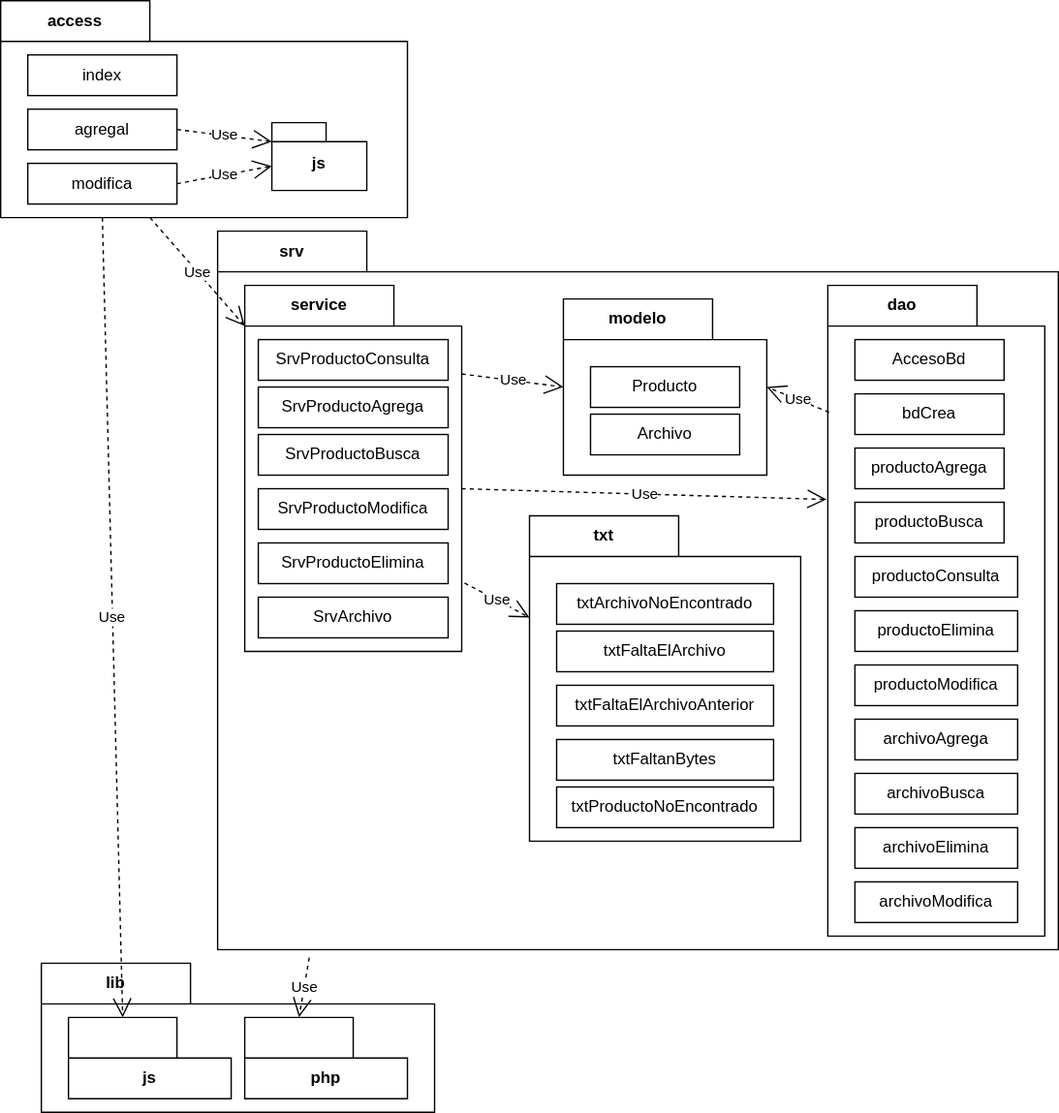
Earlier version of the draw.io export img/m20archivos/archivospaquetes.drawio.svg (gilpgawoas/gilpgawoas.github.io). Source tidied: cells renumbered, new cells last; positions are measured from the earlier drawing's top-left corner, leaving out a move shared by most shapes.
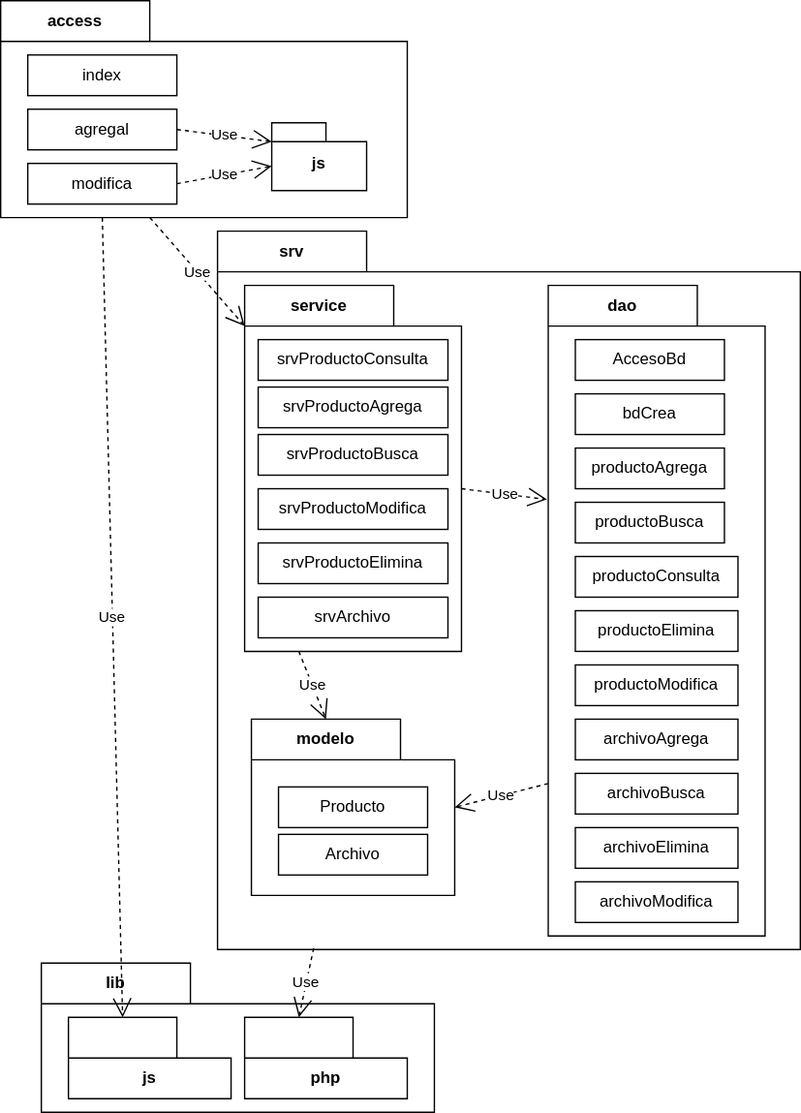
After the commit.

Diff of the diagram source:
```diff
@@ -39,71 +39,43 @@
       <mxGeometry relative="1" as="geometry" />
     </mxCell>
     <mxCell id="12" value="srv" style="shape=folder;fontStyle=1;tabWidth=110;tabHeight=30;tabPosition=left;html=1;boundedLbl=1;labelInHeader=1;whiteSpace=wrap;" parent="1" vertex="1">
-      <mxGeometry x="160" y="170" width="620" height="530" as="geometry" />
+      <mxGeometry x="160" y="170" width="430" height="530" as="geometry" />
     </mxCell>
     <mxCell id="13" value="service" style="shape=folder;fontStyle=1;tabWidth=110;tabHeight=30;tabPosition=left;html=1;boundedLbl=1;labelInHeader=1;whiteSpace=wrap;" parent="12" vertex="1">
       <mxGeometry x="20" y="40" width="160" height="270" as="geometry" />
     </mxCell>
-    <mxCell id="14" value="SrvProductoConsulta" style="html=1;whiteSpace=wrap;" parent="13" vertex="1">
+    <mxCell id="14" value="srvProductoConsulta" style="html=1;whiteSpace=wrap;" parent="13" vertex="1">
       <mxGeometry width="140" height="30" relative="1" as="geometry">
         <mxPoint x="10" y="40" as="offset" />
       </mxGeometry>
     </mxCell>
-    <mxCell id="15" value="SrvProductoAgrega" style="html=1;whiteSpace=wrap;" parent="13" vertex="1">
+    <mxCell id="15" value="srvProductoAgrega" style="html=1;whiteSpace=wrap;" parent="13" vertex="1">
       <mxGeometry width="140" height="30" relative="1" as="geometry">
         <mxPoint x="10" y="75" as="offset" />
       </mxGeometry>
     </mxCell>
-    <mxCell id="16" value="SrvProductoBusca" style="html=1;whiteSpace=wrap;" parent="13" vertex="1">
+    <mxCell id="16" value="srvProductoBusca" style="html=1;whiteSpace=wrap;" parent="13" vertex="1">
       <mxGeometry width="140" height="30" relative="1" as="geometry">
         <mxPoint x="10" y="110" as="offset" />
       </mxGeometry>
     </mxCell>
-    <mxCell id="17" value="SrvProductoModifica" style="html=1;whiteSpace=wrap;" parent="13" vertex="1">
+    <mxCell id="17" value="srvProductoModifica" style="html=1;whiteSpace=wrap;" parent="13" vertex="1">
       <mxGeometry width="140" height="30" relative="1" as="geometry">
         <mxPoint x="10" y="150" as="offset" />
       </mxGeometry>
     </mxCell>
-    <mxCell id="18" value="SrvProductoElimina" style="html=1;whiteSpace=wrap;" parent="13" vertex="1">
+    <mxCell id="18" value="srvProductoElimina" style="html=1;whiteSpace=wrap;" parent="13" vertex="1">
       <mxGeometry width="140" height="30" relative="1" as="geometry">
         <mxPoint x="10" y="190" as="offset" />
       </mxGeometry>
     </mxCell>
-    <mxCell id="19" value="SrvArchivo" style="html=1;whiteSpace=wrap;" parent="13" vertex="1">
+    <mxCell id="19" value="srvArchivo" style="html=1;whiteSpace=wrap;" parent="13" vertex="1">
       <mxGeometry width="140" height="30" relative="1" as="geometry">
         <mxPoint x="10" y="230" as="offset" />
       </mxGeometry>
     </mxCell>
-    <mxCell id="20" value="txt" style="shape=folder;fontStyle=1;tabWidth=110;tabHeight=30;tabPosition=left;html=1;boundedLbl=1;labelInHeader=1;whiteSpace=wrap;" parent="12" vertex="1">
-      <mxGeometry x="230" y="210" width="200" height="240" as="geometry" />
-    </mxCell>
-    <mxCell id="21" value="txtArchivoNoEncontrado" style="html=1;whiteSpace=wrap;" parent="20" vertex="1">
-      <mxGeometry width="160" height="30" relative="1" as="geometry">
-        <mxPoint x="20" y="50" as="offset" />
-      </mxGeometry>
-    </mxCell>
-    <mxCell id="22" value="txtFaltaElArchivo" style="html=1;whiteSpace=wrap;" parent="20" vertex="1">
-      <mxGeometry width="160" height="30" relative="1" as="geometry">
-        <mxPoint x="20" y="85" as="offset" />
-      </mxGeometry>
-    </mxCell>
-    <mxCell id="23" value="txtFaltaElArchivoAnterior" style="html=1;whiteSpace=wrap;" parent="20" vertex="1">
-      <mxGeometry width="160" height="30" relative="1" as="geometry">
-        <mxPoint x="20" y="125" as="offset" />
-      </mxGeometry>
-    </mxCell>
-    <mxCell id="24" value="txtFaltanBytes" style="html=1;whiteSpace=wrap;" parent="20" vertex="1">
-      <mxGeometry width="160" height="30" relative="1" as="geometry">
-        <mxPoint x="20" y="165" as="offset" />
-      </mxGeometry>
-    </mxCell>
-    <mxCell id="25" value="txtProductoNoEncontrado" style="html=1;whiteSpace=wrap;" parent="20" vertex="1">
-      <mxGeometry width="160" height="30" relative="1" as="geometry">
-        <mxPoint x="20" y="200" as="offset" />
-      </mxGeometry>
-    </mxCell>
     <mxCell id="26" value="modelo" style="shape=folder;fontStyle=1;tabWidth=110;tabHeight=30;tabPosition=left;html=1;boundedLbl=1;labelInHeader=1;whiteSpace=wrap;" parent="12" vertex="1">
-      <mxGeometry x="255" y="50" width="150" height="130" as="geometry" />
+      <mxGeometry x="25" y="360" width="150" height="130" as="geometry" />
     </mxCell>
     <mxCell id="27" value="Producto" style="html=1;whiteSpace=wrap;" parent="26" vertex="1">
       <mxGeometry width="110" height="30" relative="1" as="geometry">
@@ -116,7 +88,7 @@
       </mxGeometry>
     </mxCell>
     <mxCell id="29" value="dao" style="shape=folder;fontStyle=1;tabWidth=110;tabHeight=30;tabPosition=left;html=1;boundedLbl=1;labelInHeader=1;whiteSpace=wrap;" parent="12" vertex="1">
-      <mxGeometry x="450" y="40" width="160" height="480" as="geometry" />
+      <mxGeometry x="244" y="40" width="160" height="480" as="geometry" />
     </mxCell>
     <mxCell id="30" value="AccesoBd" style="html=1;whiteSpace=wrap;" parent="29" vertex="1">
       <mxGeometry width="110" height="30" relative="1" as="geometry">
@@ -173,25 +145,22 @@
         <mxPoint x="20" y="440" as="offset" />
       </mxGeometry>
     </mxCell>
-    <mxCell id="41" value="Use" style="endArrow=open;endSize=12;dashed=1;html=1;rounded=0;entryX=0;entryY=0;entryDx=150;entryDy=65;entryPerimeter=0;exitX=0.006;exitY=0.195;exitDx=0;exitDy=0;exitPerimeter=0;" parent="12" edge="1" source="29" target="26">
+    <mxCell id="41" value="Use" style="endArrow=open;endSize=12;dashed=1;html=1;rounded=0;entryX=0;entryY=0;entryDx=150;entryDy=65;entryPerimeter=0;exitX=0;exitY=0;exitDx=0;exitDy=367.5;exitPerimeter=0;" parent="12" edge="1" source="29" target="26">
       <mxGeometry relative="1" as="geometry" />
     </mxCell>
-    <mxCell id="42" value="Use" style="endArrow=open;endSize=12;dashed=1;html=1;rounded=0;entryX=0;entryY=0;entryDx=0;entryDy=65;entryPerimeter=0;exitX=1;exitY=0.242;exitDx=0;exitDy=0;exitPerimeter=0;" parent="12" edge="1" source="13" target="26">
+    <mxCell id="42" value="Use" style="endArrow=open;endSize=12;dashed=1;html=1;rounded=0;entryX=0;entryY=0;entryDx=55;entryDy=0;entryPerimeter=0;exitX=0.25;exitY=1;exitDx=0;exitDy=0;exitPerimeter=0;" parent="12" edge="1" source="13" target="26">
       <mxGeometry relative="1" as="geometry" />
     </mxCell>
     <mxCell id="43" value="Use" style="endArrow=open;endSize=12;dashed=1;html=1;rounded=0;entryX=-0.006;entryY=0.329;entryDx=0;entryDy=0;entryPerimeter=0;exitX=0;exitY=0;exitDx=160;exitDy=150;exitPerimeter=0;" parent="12" edge="1" source="13" target="29">
       <mxGeometry relative="1" as="geometry" />
     </mxCell>
-    <mxCell id="44" value="Use" style="endArrow=open;endSize=12;dashed=1;html=1;rounded=0;entryX=0;entryY=0;entryDx=0;entryDy=75;entryPerimeter=0;exitX=1.013;exitY=0.813;exitDx=0;exitDy=0;exitPerimeter=0;" parent="12" edge="1" source="13" target="20">
-      <mxGeometry relative="1" as="geometry" />
-    </mxCell>
     <mxCell id="45" value="Use" style="endArrow=open;endSize=12;dashed=1;html=1;rounded=0;exitX=0.367;exitY=1;exitDx=0;exitDy=0;exitPerimeter=0;entryX=0;entryY=0;entryDx=0;entryDy=30;entryPerimeter=0;" parent="1" edge="1" source="5" target="13">
       <mxGeometry relative="1" as="geometry" />
     </mxCell>
     <mxCell id="46" value="Use" style="endArrow=open;endSize=12;dashed=1;html=1;rounded=0;entryX=0;entryY=0;entryDx=40;entryDy=0;entryPerimeter=0;exitX=0.25;exitY=1;exitDx=0;exitDy=0;exitPerimeter=0;" parent="1" edge="1" source="5" target="3">
       <mxGeometry relative="1" as="geometry" />
     </mxCell>
-    <mxCell id="47" value="Use" style="endArrow=open;endSize=12;dashed=1;html=1;rounded=0;entryX=0;entryY=0;entryDx=40;entryDy=0;entryPerimeter=0;exitX=0.109;exitY=1.011;exitDx=0;exitDy=0;exitPerimeter=0;" parent="1" edge="1" source="12" target="4">
+    <mxCell id="47" value="Use" style="endArrow=open;endSize=12;dashed=1;html=1;rounded=0;entryX=0;entryY=0;entryDx=40;entryDy=0;entryPerimeter=0;exitX=0.165;exitY=0.998;exitDx=0;exitDy=0;exitPerimeter=0;" parent="1" edge="1" source="12" target="4">
       <mxGeometry relative="1" as="geometry" />
     </mxCell>
   </root>
```
